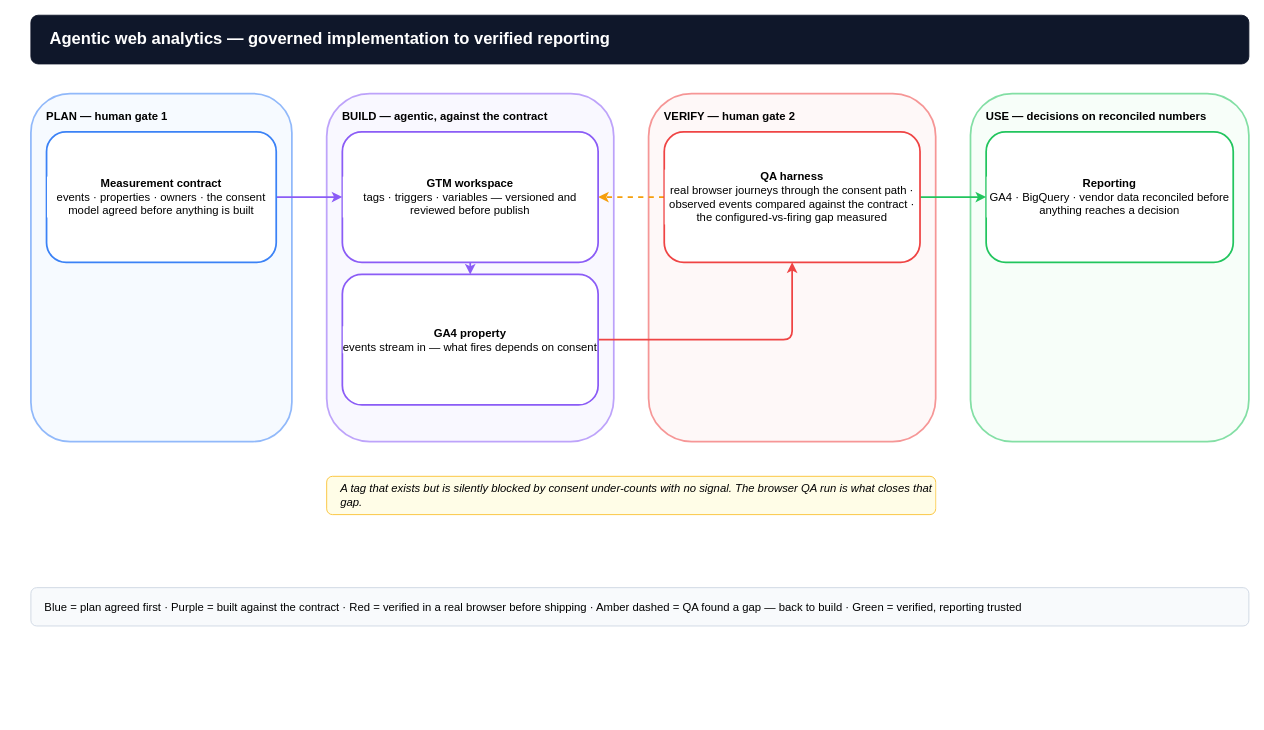
This is public/downloads/agentic-analytics-loop.drawio from Rajeev-SG/rajeevg.com, a draw.io file, before an edit. Source tidied: cells renumbered, new cells numbered last; positions are measured from the earlier drawing's top-left corner, leaving out a move shared by most shapes. Both pictures are drawn from the tidied source at 87%, with x=0, y=0 at pixel (30, 15).
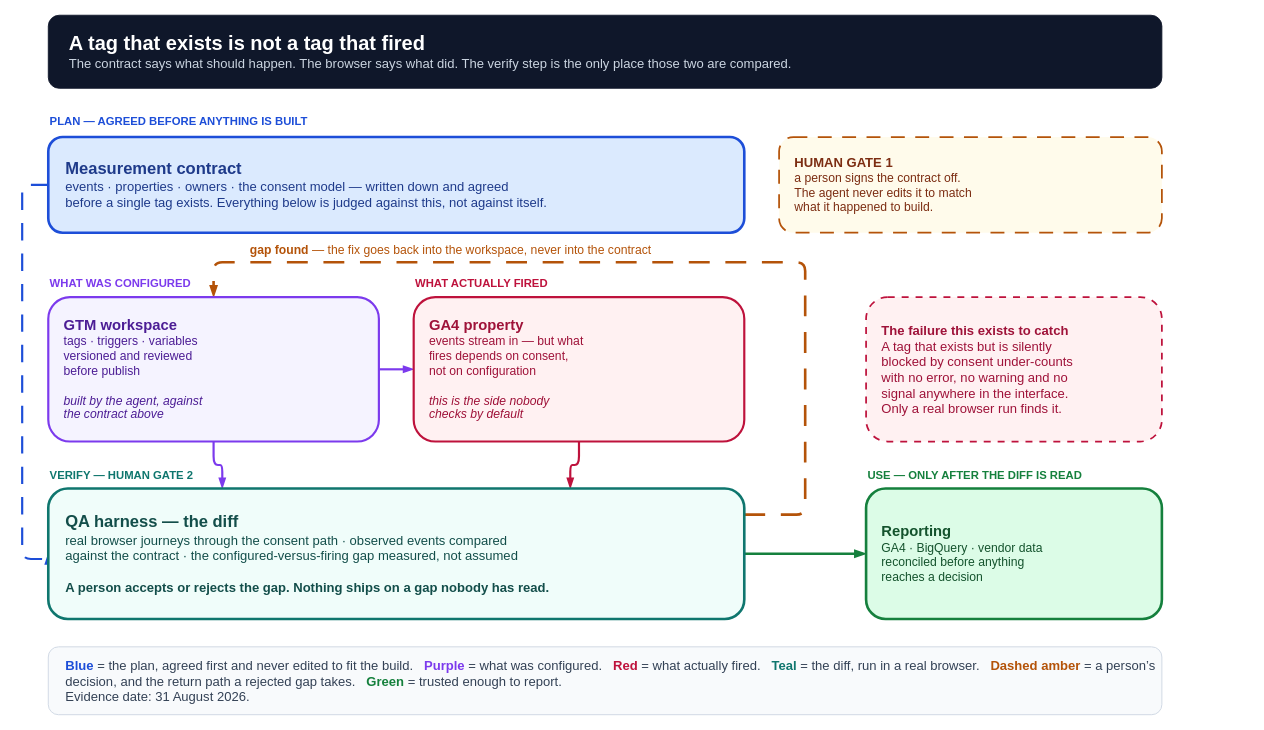
The same page after the edit.

Diff of the diagram source:
```diff
@@
-<mxGraphModel>
+<mxGraphModel background="#ffffff">
@@
+    <mxCell id="19" style="edgeStyle=orthogonalEdgeStyle;rounded=1;html=1;dashed=1;dashPattern=8 6;strokeColor=#1d4ed8;strokeWidth=2.5;endArrow=blockThin;endFill=1;exitX=0;exitY=0.5;entryX=0;entryY=0.5;" parent="1" edge="1" source="26" target="33">
+      <mxGeometry relative="1" as="geometry">
+        <Array as="points">
+          <mxPoint x="-10" y="195" />
+          <mxPoint x="-10" y="625" />
+        </Array>
+      </mxGeometry>
+    </mxCell>
+    <mxCell id="20" style="edgeStyle=orthogonalEdgeStyle;rounded=1;html=1;strokeColor=#7c3aed;strokeWidth=2.5;endArrow=blockThin;endFill=1;exitX=0.5;exitY=1;entryX=0.25;entryY=0;" parent="1" edge="1" source="30" target="33">
+      <mxGeometry relative="1" as="geometry" />
+    </mxCell>
+    <mxCell id="21" style="edgeStyle=orthogonalEdgeStyle;rounded=1;html=1;strokeColor=#be123c;strokeWidth=2.5;endArrow=blockThin;endFill=1;exitX=0.5;exitY=1;entryX=0.75;entryY=0;" parent="1" edge="1" source="31" target="33">
+      <mxGeometry relative="1" as="geometry" />
+    </mxCell>
+    <mxCell id="22" style="edgeStyle=orthogonalEdgeStyle;rounded=1;html=1;strokeColor=#7c3aed;strokeWidth=2.5;endArrow=blockThin;endFill=1;exitX=1;exitY=0.5;entryX=0;entryY=0.5;" parent="1" edge="1" source="30" target="31">
+      <mxGeometry relative="1" as="geometry" />
+    </mxCell>
+    <mxCell id="23" style="edgeStyle=orthogonalEdgeStyle;rounded=1;html=1;strokeColor=#15803d;strokeWidth=3;endArrow=blockThin;endFill=1;exitX=1;exitY=0.5;entryX=0;entryY=0.5;" parent="1" edge="1" source="33" target="16">
+      <mxGeometry relative="1" as="geometry" />
+    </mxCell>
+    <mxCell id="24" style="edgeStyle=orthogonalEdgeStyle;rounded=1;html=1;dashed=1;dashPattern=8 6;strokeColor=#b45309;strokeWidth=3;endArrow=blockThin;endFill=1;exitX=1;exitY=0.2;entryX=0.5;entryY=0;" parent="1" edge="1" source="33" target="30">
+      <mxGeometry relative="1" as="geometry">
+        <Array as="points">
+          <mxPoint x="890" y="574" />
+          <mxPoint x="890" y="284" />
+          <mxPoint x="210" y="284" />
+        </Array>
+      </mxGeometry>
+    </mxCell>
-    <mxCell id="2" value="&lt;b&gt;Agentic web analytics — governed implementation to verified reporting&lt;/b&gt;" style="rounded=1;whiteSpace=wrap;html=1;align=left;spacingLeft=20;fillColor=#0f172a;strokeColor=#0f172a;fontColor=#ffffff;fontSize=19;" parent="1" vertex="1">
-      <mxGeometry width="1400" height="56" as="geometry" />
+    <mxCell id="2" value="&lt;b style=&quot;font-size:23px&quot;&gt;A tag that exists is not a tag that fired&lt;/b&gt;&lt;br&gt;&lt;span style=&quot;font-size:15px;color:#cbd5e1&quot;&gt;The contract says what should happen. The browser says what did. The verify step is the only place those two are compared.&lt;/span&gt;" style="rounded=1;html=1;whiteSpace=wrap;fillColor=#0f172a;strokeColor=#0f172a;fontColor=#ffffff;align=left;spacingLeft=22;verticalAlign=middle;" parent="1" vertex="1">
+      <mxGeometry x="20" width="1280" height="84" as="geometry" />
     </mxCell>
-    <mxCell id="3" value="&lt;b&gt;PLAN — human gate 1&lt;/b&gt;" style="rounded=1;whiteSpace=wrap;html=1;align=left;verticalAlign=top;spacingTop=12;spacingLeft=16;fillColor=#eff6ff;strokeColor=#3b82f6;strokeWidth=2;fontSize=13;opacity=55;" parent="1" vertex="1">
-      <mxGeometry y="90" width="300" height="400" as="geometry" />
-    </mxCell>
-    <mxCell id="4" value="&lt;b&gt;BUILD — agentic, against the contract&lt;/b&gt;" style="rounded=1;whiteSpace=wrap;html=1;align=left;verticalAlign=top;spacingTop=12;spacingLeft=16;fillColor=#f5f3ff;strokeColor=#8b5cf6;strokeWidth=2;fontSize=13;opacity=55;" parent="1" vertex="1">
-      <mxGeometry x="340" y="90" width="330" height="400" as="geometry" />
-    </mxCell>
-    <mxCell id="5" value="&lt;b&gt;VERIFY — human gate 2&lt;/b&gt;" style="rounded=1;whiteSpace=wrap;html=1;align=left;verticalAlign=top;spacingTop=12;spacingLeft=16;fillColor=#fef2f2;strokeColor=#ef4444;strokeWidth=2;fontSize=13;opacity=55;" parent="1" vertex="1">
-      <mxGeometry x="710" y="90" width="330" height="400" as="geometry" />
-    </mxCell>
-    <mxCell id="6" value="&lt;b&gt;USE — decisions on reconciled numbers&lt;/b&gt;" style="rounded=1;whiteSpace=wrap;html=1;align=left;verticalAlign=top;spacingTop=12;spacingLeft=16;fillColor=#f0fdf4;strokeColor=#22c55e;strokeWidth=2;fontSize=13;opacity=55;" parent="1" vertex="1">
-      <mxGeometry x="1080" y="90" width="320" height="400" as="geometry" />
-    </mxCell>
-    <mxCell id="7" style="edgeStyle=orthogonalEdgeStyle;rounded=1;html=1;strokeColor=#8b5cf6;strokeWidth=2;endArrow=classic;endFill=1;" parent="1" edge="1" source="12" target="13">
-      <mxGeometry relative="1" as="geometry" />
-    </mxCell>
-    <mxCell id="8" style="edgeStyle=orthogonalEdgeStyle;rounded=1;html=1;strokeColor=#8b5cf6;strokeWidth=2;endArrow=classic;endFill=1;" parent="1" edge="1" source="13" target="14">
-      <mxGeometry relative="1" as="geometry" />
-    </mxCell>
-    <mxCell id="9" style="edgeStyle=orthogonalEdgeStyle;rounded=1;html=1;strokeColor=#ef4444;strokeWidth=2;endArrow=classic;endFill=1;" parent="1" edge="1" source="14" target="15">
-      <mxGeometry relative="1" as="geometry" />
-    </mxCell>
-    <mxCell id="10" style="edgeStyle=orthogonalEdgeStyle;rounded=1;html=1;strokeColor=#f59e0b;strokeWidth=2;dashed=1;endArrow=classic;endFill=1;" parent="1" edge="1" source="15" target="13">
-      <mxGeometry relative="1" as="geometry" />
-    </mxCell>
-    <mxCell id="11" style="edgeStyle=orthogonalEdgeStyle;rounded=1;html=1;strokeColor=#22c55e;strokeWidth=2;endArrow=classic;endFill=1;" parent="1" edge="1" source="15" target="16">
-      <mxGeometry relative="1" as="geometry" />
-    </mxCell>
-    <mxCell id="12" value="&lt;b&gt;Measurement contract&lt;/b&gt;&lt;br&gt;events · properties · owners · the consent model agreed before anything is built" style="rounded=1;whiteSpace=wrap;html=1;fillColor=#ffffff;strokeColor=#3b82f6;strokeWidth=2;fontSize=13;labelBackgroundColor=#ffffff;align=center;" parent="1" vertex="1">
-      <mxGeometry x="18" y="134" width="264" height="150" as="geometry" />
-    </mxCell>
-    <mxCell id="13" value="&lt;b&gt;GTM workspace&lt;/b&gt;&lt;br&gt;tags · triggers · variables — versioned and reviewed before publish" style="rounded=1;whiteSpace=wrap;html=1;fillColor=#ffffff;strokeColor=#8b5cf6;strokeWidth=2;fontSize=13;labelBackgroundColor=#ffffff;align=center;" parent="1" vertex="1">
-      <mxGeometry x="358" y="134" width="294" height="150" as="geometry" />
-    </mxCell>
-    <mxCell id="14" value="&lt;b&gt;GA4 property&lt;/b&gt;&lt;br&gt;events stream in — what fires depends on consent" style="rounded=1;whiteSpace=wrap;html=1;fillColor=#ffffff;strokeColor=#8b5cf6;strokeWidth=2;fontSize=13;labelBackgroundColor=#ffffff;align=center;" parent="1" vertex="1">
-      <mxGeometry x="358" y="298" width="294" height="150" as="geometry" />
-    </mxCell>
-    <mxCell id="15" value="&lt;b&gt;QA harness&lt;/b&gt;&lt;br&gt;real browser journeys through the consent path · observed events compared against the contract · the configured-vs-firing gap measured" style="rounded=1;whiteSpace=wrap;html=1;fillColor=#ffffff;strokeColor=#ef4444;strokeWidth=2;fontSize=13;labelBackgroundColor=#ffffff;align=center;" parent="1" vertex="1">
-      <mxGeometry x="728" y="134" width="294" height="150" as="geometry" />
-    </mxCell>
+    <mxCell id="25" value="&lt;b&gt;PLAN &amp;mdash; AGREED BEFORE ANYTHING IS BUILT&lt;/b&gt;" style="text;html=1;align=left;verticalAlign=middle;fontSize=13;fontColor=#1d4ed8;" parent="1" vertex="1">
+      <mxGeometry x="20" y="110" width="600" height="24" as="geometry" />
+    </mxCell>
+    <mxCell id="26" value="&lt;b style=&quot;font-size:19px&quot;&gt;Measurement contract&lt;/b&gt;&lt;br&gt;&lt;span style=&quot;font-size:15px&quot;&gt;events &amp;middot; properties &amp;middot; owners &amp;middot; the consent model &amp;mdash; written down and agreed&lt;br&gt;before a single tag exists. Everything below is judged against this, not against itself.&lt;/span&gt;" style="rounded=1;html=1;whiteSpace=wrap;fillColor=#dbeafe;strokeColor=#1d4ed8;strokeWidth=3;align=left;spacingLeft=18;verticalAlign=middle;fontColor=#1e3a8a;" parent="1" vertex="1">
+      <mxGeometry x="20" y="140" width="800" height="110" as="geometry" />
+    </mxCell>
+    <mxCell id="27" value="&lt;b style=&quot;font-size:15px&quot;&gt;HUMAN GATE 1&lt;/b&gt;&lt;br&gt;&lt;span style=&quot;font-size:14px&quot;&gt;a person signs the contract off.&lt;br&gt;The agent never edits it to match&lt;br&gt;what it happened to build.&lt;/span&gt;" style="rounded=1;html=1;whiteSpace=wrap;fillColor=#fffbeb;strokeColor=#b45309;strokeWidth=2;dashed=1;dashPattern=8 6;align=left;spacingLeft=16;verticalAlign=middle;fontColor=#7c2d12;" parent="1" vertex="1">
+      <mxGeometry x="860" y="140" width="440" height="110" as="geometry" />
+    </mxCell>
+    <mxCell id="28" value="&lt;b&gt;WHAT WAS CONFIGURED&lt;/b&gt;" style="text;html=1;align=left;verticalAlign=middle;fontSize=13;fontColor=#7c3aed;" parent="1" vertex="1">
+      <mxGeometry x="20" y="296" width="380" height="24" as="geometry" />
+    </mxCell>
+    <mxCell id="29" value="&lt;b&gt;WHAT ACTUALLY FIRED&lt;/b&gt;" style="text;html=1;align=left;verticalAlign=middle;fontSize=13;fontColor=#be123c;" parent="1" vertex="1">
+      <mxGeometry x="440" y="296" width="380" height="24" as="geometry" />
+    </mxCell>
+    <mxCell id="30" value="&lt;b style=&quot;font-size:17px&quot;&gt;GTM workspace&lt;/b&gt;&lt;br&gt;&lt;span style=&quot;font-size:14px&quot;&gt;tags &amp;middot; triggers &amp;middot; variables&lt;br&gt;versioned and reviewed&lt;br&gt;before publish&lt;br&gt;&lt;br&gt;&lt;i&gt;built by the agent, against&lt;br&gt;the contract above&lt;/i&gt;&lt;/span&gt;" style="rounded=1;html=1;whiteSpace=wrap;fillColor=#f5f3ff;strokeColor=#7c3aed;strokeWidth=2.5;align=left;spacingLeft=16;verticalAlign=middle;fontColor=#4c1d95;" parent="1" vertex="1">
+      <mxGeometry x="20" y="324" width="380" height="166" as="geometry" />
+    </mxCell>
+    <mxCell id="31" value="&lt;b style=&quot;font-size:17px&quot;&gt;GA4 property&lt;/b&gt;&lt;br&gt;&lt;span style=&quot;font-size:14px&quot;&gt;events stream in &amp;mdash; but what&lt;br&gt;fires depends on consent,&lt;br&gt;not on configuration&lt;br&gt;&lt;br&gt;&lt;i&gt;this is the side nobody&lt;br&gt;checks by default&lt;/i&gt;&lt;/span&gt;" style="rounded=1;html=1;whiteSpace=wrap;fillColor=#fff1f2;strokeColor=#be123c;strokeWidth=2.5;align=left;spacingLeft=16;verticalAlign=middle;fontColor=#9f1239;" parent="1" vertex="1">
+      <mxGeometry x="440" y="324" width="380" height="166" as="geometry" />
+    </mxCell>
+    <mxCell id="32" value="&lt;b&gt;VERIFY &amp;mdash; HUMAN GATE 2&lt;/b&gt;" style="text;html=1;align=left;verticalAlign=middle;fontSize=13;fontColor=#0f766e;" parent="1" vertex="1">
+      <mxGeometry x="20" y="516" width="600" height="24" as="geometry" />
+    </mxCell>
+    <mxCell id="33" value="&lt;b style=&quot;font-size:19px&quot;&gt;QA harness &amp;mdash; the diff&lt;/b&gt;&lt;br&gt;&lt;span style=&quot;font-size:15px&quot;&gt;real browser journeys through the consent path &amp;middot; observed events compared&lt;br&gt;against the contract &amp;middot; the configured-versus-firing gap measured, not assumed&lt;br&gt;&lt;br&gt;&lt;b&gt;A person accepts or rejects the gap. Nothing ships on a gap nobody has read.&lt;/b&gt;&lt;/span&gt;" style="rounded=1;html=1;whiteSpace=wrap;fillColor=#f0fdfa;strokeColor=#0f766e;strokeWidth=3;align=left;spacingLeft=18;verticalAlign=middle;fontColor=#134e4a;" parent="1" vertex="1">
+      <mxGeometry x="20" y="544" width="800" height="150" as="geometry" />
+    </mxCell>
+    <mxCell id="34" value="&lt;b style=&quot;font-size:15px;color:#9f1239&quot;&gt;The failure this exists to catch&lt;/b&gt;&lt;br&gt;&lt;span style=&quot;font-size:15px;color:#9f1239&quot;&gt;A tag that exists but is silently&lt;br&gt;blocked by consent under-counts&lt;br&gt;with no error, no warning and no&lt;br&gt;signal anywhere in the interface.&lt;br&gt;Only a real browser run finds it.&lt;/span&gt;" style="rounded=1;html=1;whiteSpace=wrap;fillColor=#fff1f2;strokeColor=#be123c;strokeWidth=2;dashed=1;dashPattern=4 4;align=left;spacingLeft=16;verticalAlign=middle;" parent="1" vertex="1">
+      <mxGeometry x="960" y="324" width="340" height="166" as="geometry" />
+    </mxCell>
+    <mxCell id="35" value="&lt;b&gt;USE &amp;mdash; ONLY AFTER THE DIFF IS READ&lt;/b&gt;" style="text;html=1;align=left;verticalAlign=middle;fontSize=13;fontColor=#15803d;" parent="1" vertex="1">
+      <mxGeometry x="960" y="516" width="340" height="24" as="geometry" />
+    </mxCell>
-    <mxCell id="16" value="&lt;b&gt;Reporting&lt;/b&gt;&lt;br&gt;GA4 · BigQuery · vendor data reconciled before anything reaches a decision" style="rounded=1;whiteSpace=wrap;html=1;fillColor=#ffffff;strokeColor=#22c55e;strokeWidth=2;fontSize=13;labelBackgroundColor=#ffffff;align=center;" parent="1" vertex="1">
-      <mxGeometry x="1098" y="134" width="284" height="150" as="geometry" />
+    <mxCell id="16" value="&lt;b style=&quot;font-size:17px&quot;&gt;Reporting&lt;/b&gt;&lt;br&gt;&lt;span style=&quot;font-size:14px&quot;&gt;GA4 &amp;middot; BigQuery &amp;middot; vendor data&lt;br&gt;reconciled before anything&lt;br&gt;reaches a decision&lt;/span&gt;" style="rounded=1;html=1;whiteSpace=wrap;fillColor=#dcfce7;strokeColor=#15803d;strokeWidth=3;align=left;spacingLeft=16;verticalAlign=middle;fontColor=#14532d;" parent="1" vertex="1">
+      <mxGeometry x="960" y="544" width="340" height="150" as="geometry" />
     </mxCell>
-    <mxCell id="17" value="A tag that exists but is silently blocked by consent under-counts with no signal. The browser QA run is what closes that gap." style="rounded=1;whiteSpace=wrap;html=1;align=left;spacingLeft=14;fillColor=#fffde7;strokeColor=#fbc02d;fontSize=13;fontStyle=2;labelBackgroundColor=#fffde7;" parent="1" vertex="1">
-      <mxGeometry x="340" y="530" width="700" height="44" as="geometry" />
-    </mxCell>
+    <mxCell id="36" value="&lt;span style=&quot;font-size:14px;color:#b45309&quot;&gt;&lt;b&gt;gap found&lt;/b&gt; &amp;mdash; the fix goes back into the workspace, never into the contract&lt;/span&gt;" style="text;html=1;align=left;verticalAlign=middle;" parent="1" vertex="1">
+      <mxGeometry x="250" y="258" width="620" height="24" as="geometry" />
+    </mxCell>
-    <mxCell id="18" value="Blue = plan agreed first   ·   Purple = built against the contract   ·   Red = verified in a real browser before shipping   ·   Amber dashed = QA found a gap — back to build   ·   Green = verified, reporting trusted" style="rounded=1;whiteSpace=wrap;html=1;align=left;spacingLeft=14;fillColor=#f8fafc;strokeColor=#cbd5e1;fontSize=13;labelBackgroundColor=#f8fafc;" parent="1" vertex="1">
-      <mxGeometry y="658" width="1400" height="44" as="geometry" />
+    <mxCell id="18" value="&lt;span style=&quot;font-size:15px&quot;&gt;&lt;b style=&quot;color:#1d4ed8&quot;&gt;Blue&lt;/b&gt; = the plan, agreed first and never edited to fit the build. &amp;nbsp; &lt;b style=&quot;color:#7c3aed&quot;&gt;Purple&lt;/b&gt; = what was configured. &amp;nbsp; &lt;b style=&quot;color:#be123c&quot;&gt;Red&lt;/b&gt; = what actually fired. &amp;nbsp; &lt;b style=&quot;color:#0f766e&quot;&gt;Teal&lt;/b&gt; = the diff, run in a real browser. &amp;nbsp; &lt;b style=&quot;color:#b45309&quot;&gt;Dashed amber&lt;/b&gt; = a person&amp;rsquo;s decision, and the return path a rejected gap takes. &amp;nbsp; &lt;b style=&quot;color:#15803d&quot;&gt;Green&lt;/b&gt; = trusted enough to report.&lt;br&gt;Evidence date: 31 August 2026.&lt;/span&gt;" style="rounded=1;html=1;whiteSpace=wrap;fillColor=#f8fafc;strokeColor=#cbd5e1;align=left;spacingLeft=18;verticalAlign=middle;fontColor=#334155;" parent="1" vertex="1">
+      <mxGeometry x="20" y="726" width="1280" height="78" as="geometry" />
     </mxCell>
```
